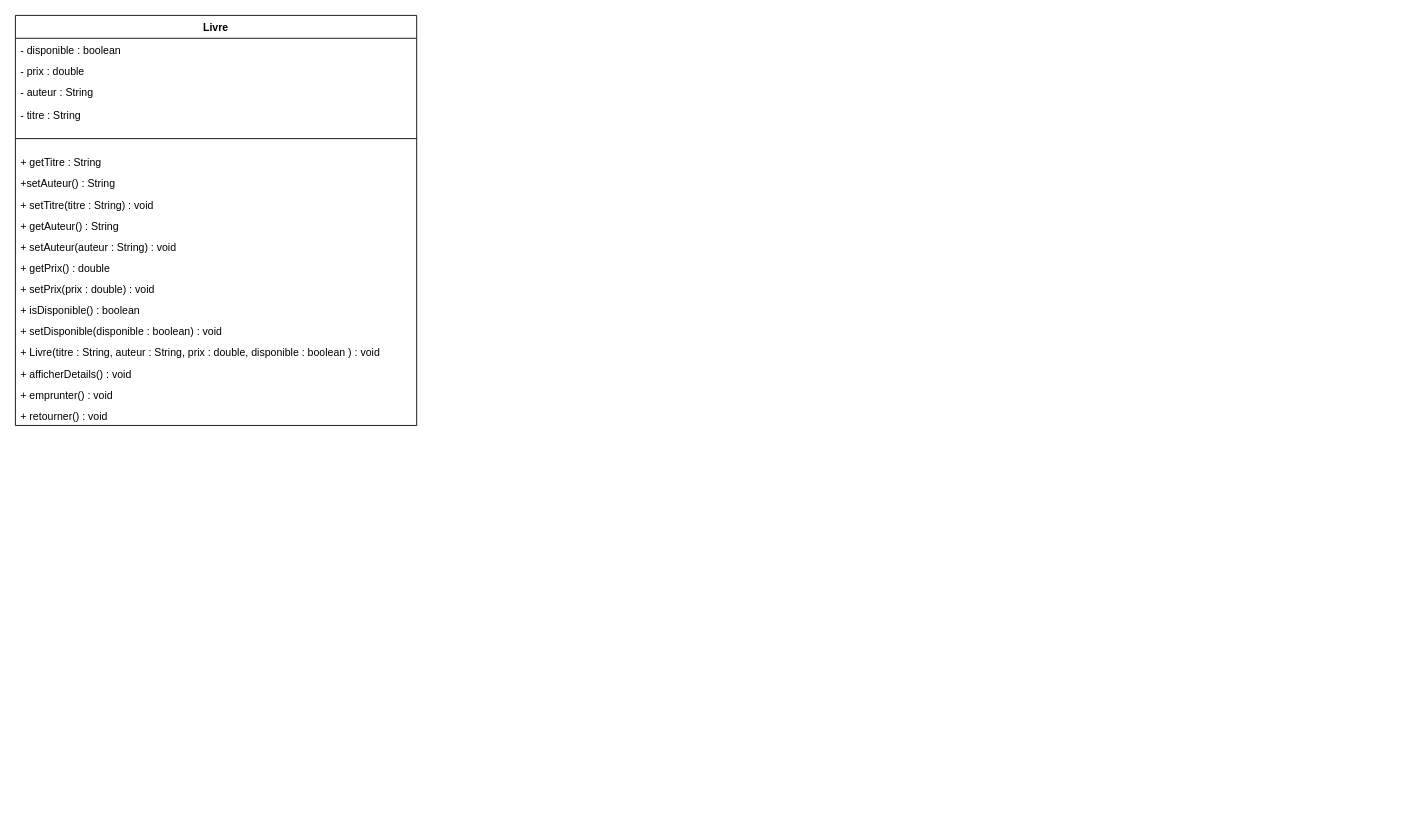
Above: Diagramme sans nom.drawio in Milleboy2007/Cour_Prog (draw.io), before the change. Source tidied: cells renumbered, new cells numbered last; positions are measured from the earlier drawing's top-left corner, leaving out a move shared by most shapes. Both pictures are drawn from the tidied source at 88%, with x=0, y=0 at pixel (15, 15).
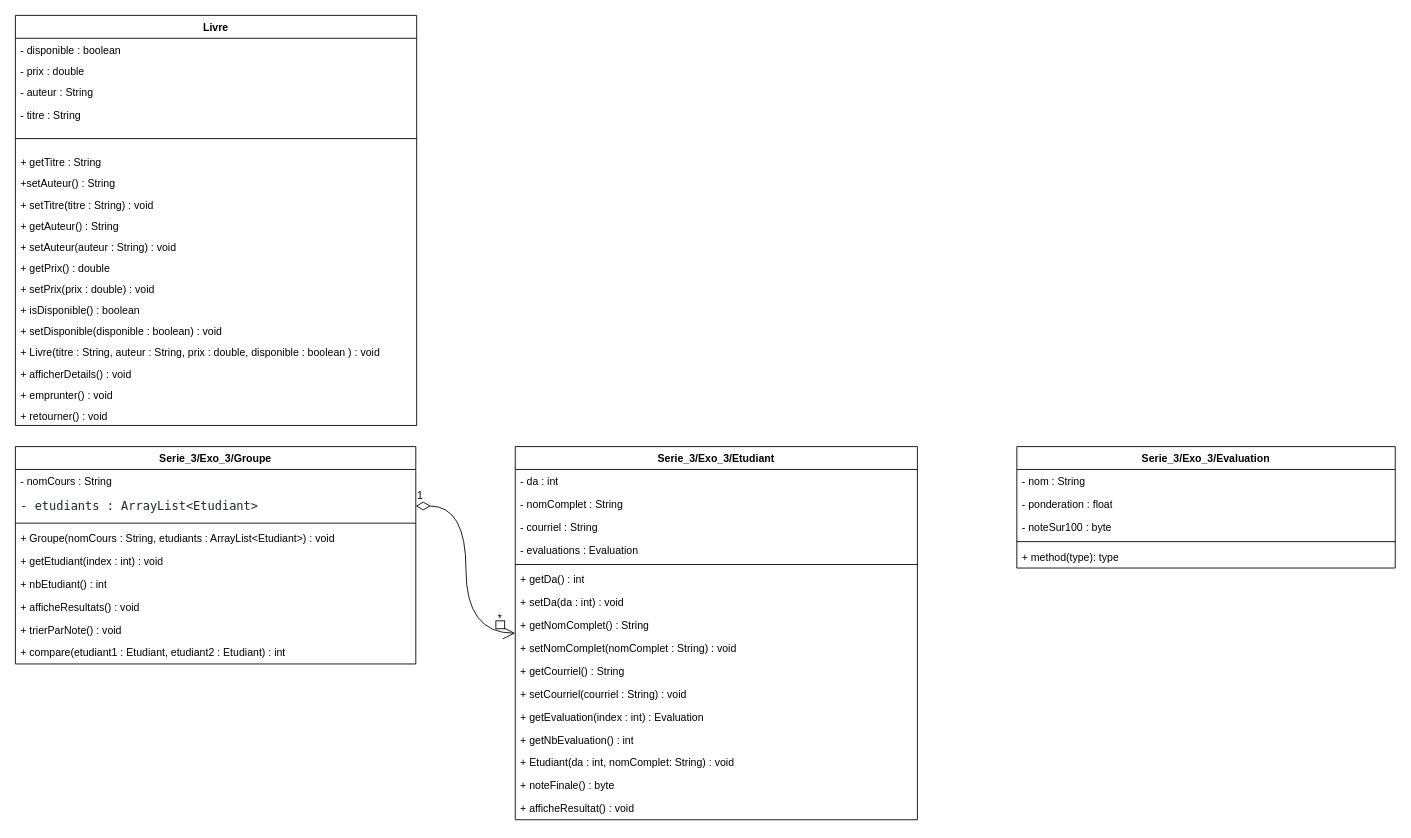
The same page after the edit.

Commit message:
Mettre à jour Diagramme sans nom.drawio

Diff of the diagram source:
```diff
@@
+    <mxCell id="21" value="Serie_3/&lt;span style=&quot;background-color: transparent; color: light-dark(rgb(0, 0, 0), rgb(255, 255, 255));&quot;&gt;Exo_3/Groupe&lt;/span&gt;" style="swimlane;fontStyle=1;align=center;verticalAlign=top;horizontal=1;startSize=26;whiteSpace=wrap;html=1;" parent="1" vertex="1">
+      <mxGeometry y="490" width="455" height="247" as="geometry" />
+    </mxCell>
+    <mxCell id="22" value="- nomCours : String" style="text;strokeColor=none;fillColor=none;align=left;verticalAlign=top;spacingLeft=4;spacingRight=4;overflow=hidden;whiteSpace=wrap;html=1;" parent="21" vertex="1">
+      <mxGeometry y="26" width="455" height="26" as="geometry" />
+    </mxCell>
+    <mxCell id="23" value="&lt;pre style=&quot;box-sizing: border-box; font-family: var(--fontStack-monospace, ui-monospace, SFMono-Regular, SF Mono, Menlo, Consolas, Liberation Mono, monospace); font-size: 13.6px; margin-top: 0px; margin-bottom: 0px; overflow-wrap: normal; padding: var(--base-size-16); overflow: auto; line-height: 1.45; color: rgb(31, 35, 40); background-color: var(--bgColor-muted, var(--color-canvas-subtle)); border-radius: 6px; word-break: normal; min-height: 52px; font-style: normal; font-variant-ligatures: normal; font-variant-caps: normal; font-weight: 400; letter-spacing: normal; orphans: 2; text-align: start; text-indent: 0px; text-transform: none; widows: 2; word-spacing: 0px; -webkit-text-stroke-width: 0px; text-decoration-thickness: initial; text-decoration-style: initial; text-decoration-color: initial;&quot;&gt;&lt;span style=&quot;box-sizing: border-box; color: var(--color-prettylights-syntax-storage-modifier-import);&quot; class=&quot;pl-smi&quot;&gt;- &lt;/span&gt;&lt;span style=&quot;box-sizing: border-box;&quot; class=&quot;pl-s1&quot;&gt;etudiants : &lt;/span&gt;ArrayList&lt;span style=&quot;background-color: var(--bgColor-muted, var(--color-canvas-subtle)); color: light-dark(rgb(31, 35, 40), rgb(205, 208, 212)); font-family: var(--fontStack-monospace, ui-monospace, SFMono-Regular, SF Mono, Menlo, Consolas, Liberation Mono, monospace); font-size: 13.6px; white-space: normal;&quot;&gt;&amp;lt;&lt;/span&gt;&lt;span style=&quot;background-color: var(--bgColor-muted, var(--color-canvas-subtle)); color: var(--color-prettylights-syntax-storage-modifier-import); font-family: var(--fontStack-monospace, ui-monospace, SFMono-Regular, SF Mono, Menlo, Consolas, Liberation Mono, monospace); font-size: 13.6px; white-space: normal; box-sizing: border-box;&quot; class=&quot;pl-smi&quot;&gt;Etudiant&lt;/span&gt;&lt;span style=&quot;background-color: var(--bgColor-muted, var(--color-canvas-subtle)); color: light-dark(rgb(31, 35, 40), rgb(205, 208, 212)); font-family: var(--fontStack-monospace, ui-monospace, SFMono-Regular, SF Mono, Menlo, Consolas, Liberation Mono, monospace); font-size: 13.6px; white-space: normal;&quot;&gt;&amp;gt;&lt;/span&gt;&lt;/pre&gt;&lt;div&gt;&lt;br&gt;&lt;/div&gt;" style="text;strokeColor=none;fillColor=none;align=left;verticalAlign=top;spacingLeft=4;spacingRight=4;overflow=hidden;points=[[0,0.5],[1,0.5]];portConstraint=eastwest;whiteSpace=wrap;html=1;" parent="21" vertex="1">
+      <mxGeometry y="52" width="455" height="31" as="geometry" />
+    </mxCell>
+    <mxCell id="24" style="line;strokeWidth=1;fillColor=none;align=left;verticalAlign=middle;spacingTop=-1;spacingLeft=3;spacingRight=3;labelPosition=right;strokeColor=inherit;" parent="21" vertex="1">
+      <mxGeometry y="83" width="455" height="8" as="geometry" />
+    </mxCell>
+    <mxCell id="25" value="+ Groupe(nomCours : String, etudiants : ArrayList&amp;lt;Etudiant&amp;gt;) : void" style="text;strokeColor=none;fillColor=none;align=left;verticalAlign=top;spacingLeft=4;spacingRight=4;overflow=hidden;whiteSpace=wrap;html=1;" parent="21" vertex="1">
+      <mxGeometry y="91" width="455" height="26" as="geometry" />
+    </mxCell>
+    <mxCell id="26" value="+ getEtudiant(index : int) : void" style="text;strokeColor=none;fillColor=none;align=left;verticalAlign=top;spacingLeft=4;spacingRight=4;overflow=hidden;whiteSpace=wrap;html=1;" parent="21" vertex="1">
+      <mxGeometry y="117" width="455" height="26" as="geometry" />
+    </mxCell>
+    <mxCell id="27" value="+ nbEtudiant() : int" style="text;strokeColor=none;fillColor=none;align=left;verticalAlign=top;spacingLeft=4;spacingRight=4;overflow=hidden;whiteSpace=wrap;html=1;" parent="21" vertex="1">
+      <mxGeometry y="143" width="455" height="26" as="geometry" />
+    </mxCell>
+    <mxCell id="28" value="+ afficheResultats() : void" style="text;strokeColor=none;fillColor=none;align=left;verticalAlign=top;spacingLeft=4;spacingRight=4;overflow=hidden;whiteSpace=wrap;html=1;" parent="21" vertex="1">
+      <mxGeometry y="169" width="455" height="26" as="geometry" />
+    </mxCell>
+    <mxCell id="29" value="+ trierParNote() : void" style="text;strokeColor=none;fillColor=none;align=left;verticalAlign=top;spacingLeft=4;spacingRight=4;overflow=hidden;whiteSpace=wrap;html=1;" parent="21" vertex="1">
+      <mxGeometry y="195" width="455" height="26" as="geometry" />
+    </mxCell>
+    <mxCell id="30" value="+ compare(etudiant1 : Etudiant, etudiant2 : Etudiant) : int" style="text;strokeColor=none;fillColor=none;align=left;verticalAlign=top;spacingLeft=4;spacingRight=4;overflow=hidden;whiteSpace=wrap;html=1;" parent="21" vertex="1">
+      <mxGeometry y="221" width="455" height="26" as="geometry" />
+    </mxCell>
+    <mxCell id="31" value="Serie_3/Exo_3/Etudiant" style="swimlane;fontStyle=1;align=center;verticalAlign=top;horizontal=1;startSize=26;whiteSpace=wrap;html=1;" parent="1" vertex="1">
+      <mxGeometry x="568" y="490" width="457" height="424" as="geometry" />
+    </mxCell>
+    <mxCell id="32" value="- da : int" style="text;strokeColor=none;fillColor=none;align=left;verticalAlign=top;spacingLeft=4;spacingRight=4;overflow=hidden;whiteSpace=wrap;html=1;" parent="31" vertex="1">
+      <mxGeometry y="26" width="457" height="26" as="geometry" />
+    </mxCell>
+    <mxCell id="33" value="- nomComplet : String" style="text;strokeColor=none;fillColor=none;align=left;verticalAlign=top;spacingLeft=4;spacingRight=4;overflow=hidden;whiteSpace=wrap;html=1;" parent="31" vertex="1">
+      <mxGeometry y="52" width="457" height="26" as="geometry" />
+    </mxCell>
+    <mxCell id="34" value="- courriel : String" style="text;strokeColor=none;fillColor=none;align=left;verticalAlign=top;spacingLeft=4;spacingRight=4;overflow=hidden;whiteSpace=wrap;html=1;" parent="31" vertex="1">
+      <mxGeometry y="78" width="457" height="26" as="geometry" />
+    </mxCell>
+    <mxCell id="35" value="- evaluations : Evaluation" style="text;strokeColor=none;fillColor=none;align=left;verticalAlign=top;spacingLeft=4;spacingRight=4;overflow=hidden;whiteSpace=wrap;html=1;" parent="31" vertex="1">
+      <mxGeometry y="104" width="457" height="26" as="geometry" />
+    </mxCell>
+    <mxCell id="36" style="line;strokeWidth=1;fillColor=none;align=left;verticalAlign=middle;spacingTop=-1;spacingLeft=3;spacingRight=3;labelPosition=right;strokeColor=inherit;" parent="31" vertex="1">
+      <mxGeometry y="130" width="457" height="8" as="geometry" />
+    </mxCell>
+    <mxCell id="37" value="+ getDa() : int" style="text;strokeColor=none;fillColor=none;align=left;verticalAlign=top;spacingLeft=4;spacingRight=4;overflow=hidden;whiteSpace=wrap;html=1;" parent="31" vertex="1">
+      <mxGeometry y="138" width="457" height="26" as="geometry" />
+    </mxCell>
+    <mxCell id="38" value="+ setDa(da : int) : void" style="text;strokeColor=none;fillColor=none;align=left;verticalAlign=top;spacingLeft=4;spacingRight=4;overflow=hidden;whiteSpace=wrap;html=1;" parent="31" vertex="1">
+      <mxGeometry y="164" width="457" height="26" as="geometry" />
+    </mxCell>
+    <mxCell id="39" value="+ getNomComplet() : String" style="text;strokeColor=none;fillColor=none;align=left;verticalAlign=top;spacingLeft=4;spacingRight=4;overflow=hidden;whiteSpace=wrap;html=1;" parent="31" vertex="1">
+      <mxGeometry y="190" width="457" height="26" as="geometry" />
+    </mxCell>
+    <mxCell id="40" value="+ setNomComplet(nomComplet : String) : void" style="text;strokeColor=none;fillColor=none;align=left;verticalAlign=top;spacingLeft=4;spacingRight=4;overflow=hidden;whiteSpace=wrap;html=1;" parent="31" vertex="1">
+      <mxGeometry y="216" width="457" height="26" as="geometry" />
+    </mxCell>
+    <mxCell id="41" value="+ getCourriel() : String" style="text;strokeColor=none;fillColor=none;align=left;verticalAlign=top;spacingLeft=4;spacingRight=4;overflow=hidden;whiteSpace=wrap;html=1;" parent="31" vertex="1">
+      <mxGeometry y="242" width="457" height="26" as="geometry" />
+    </mxCell>
+    <mxCell id="42" value="+ setCourriel(courriel : String) : void" style="text;strokeColor=none;fillColor=none;align=left;verticalAlign=top;spacingLeft=4;spacingRight=4;overflow=hidden;whiteSpace=wrap;html=1;" parent="31" vertex="1">
+      <mxGeometry y="268" width="457" height="26" as="geometry" />
+    </mxCell>
+    <mxCell id="43" value="+ getEvaluation(index : int) : Evaluation" style="text;strokeColor=none;fillColor=none;align=left;verticalAlign=top;spacingLeft=4;spacingRight=4;overflow=hidden;whiteSpace=wrap;html=1;" parent="31" vertex="1">
+      <mxGeometry y="294" width="457" height="26" as="geometry" />
+    </mxCell>
+    <mxCell id="44" value="+ getNbEvaluation() : int" style="text;strokeColor=none;fillColor=none;align=left;verticalAlign=top;spacingLeft=4;spacingRight=4;overflow=hidden;whiteSpace=wrap;html=1;" parent="31" vertex="1">
+      <mxGeometry y="320" width="457" height="26" as="geometry" />
+    </mxCell>
+    <mxCell id="45" value="+ Etudiant(da : int, nomComplet: String) : void" style="text;strokeColor=none;fillColor=none;align=left;verticalAlign=top;spacingLeft=4;spacingRight=4;overflow=hidden;whiteSpace=wrap;html=1;" parent="31" vertex="1">
+      <mxGeometry y="346" width="457" height="26" as="geometry" />
+    </mxCell>
+    <mxCell id="46" value="+ noteFinale() : byte" style="text;strokeColor=none;fillColor=none;align=left;verticalAlign=top;spacingLeft=4;spacingRight=4;overflow=hidden;whiteSpace=wrap;html=1;" parent="31" vertex="1">
+      <mxGeometry y="372" width="457" height="26" as="geometry" />
+    </mxCell>
+    <mxCell id="47" value="+ afficheResultat() : void" style="text;strokeColor=none;fillColor=none;align=left;verticalAlign=top;spacingLeft=4;spacingRight=4;overflow=hidden;whiteSpace=wrap;html=1;" parent="31" vertex="1">
+      <mxGeometry y="398" width="457" height="26" as="geometry" />
+    </mxCell>
+    <mxCell id="48" value="Serie_3/Exo_3/Evaluation" style="swimlane;fontStyle=1;align=center;verticalAlign=top;horizontal=1;startSize=26;whiteSpace=wrap;html=1;" parent="1" vertex="1">
+      <mxGeometry x="1138" y="490" width="430" height="138" as="geometry" />
+    </mxCell>
+    <mxCell id="49" value="- nom : String" style="text;strokeColor=none;fillColor=none;align=left;verticalAlign=top;spacingLeft=4;spacingRight=4;overflow=hidden;whiteSpace=wrap;html=1;" parent="48" vertex="1">
+      <mxGeometry y="26" width="430" height="26" as="geometry" />
+    </mxCell>
+    <mxCell id="50" value="- ponderation : float" style="text;strokeColor=none;fillColor=none;align=left;verticalAlign=top;spacingLeft=4;spacingRight=4;overflow=hidden;whiteSpace=wrap;html=1;" parent="48" vertex="1">
+      <mxGeometry y="52" width="430" height="26" as="geometry" />
+    </mxCell>
+    <mxCell id="51" value="- noteSur100 : byte" style="text;strokeColor=none;fillColor=none;align=left;verticalAlign=top;spacingLeft=4;spacingRight=4;overflow=hidden;whiteSpace=wrap;html=1;" parent="48" vertex="1">
+      <mxGeometry y="78" width="430" height="26" as="geometry" />
+    </mxCell>
+    <mxCell id="52" style="line;strokeWidth=1;fillColor=none;align=left;verticalAlign=middle;spacingTop=-1;spacingLeft=3;spacingRight=3;labelPosition=right;strokeColor=inherit;" parent="48" vertex="1">
+      <mxGeometry y="104" width="430" height="8" as="geometry" />
+    </mxCell>
+    <mxCell id="53" value="+ method(type): type" style="text;strokeColor=none;fillColor=none;align=left;verticalAlign=top;spacingLeft=4;spacingRight=4;overflow=hidden;whiteSpace=wrap;html=1;" parent="48" vertex="1">
+      <mxGeometry y="112" width="430" height="26" as="geometry" />
+    </mxCell>
+    <mxCell id="54" value="1" style="endArrow=open;html=1;endSize=12;startArrow=diamondThin;startSize=14;startFill=0;edgeStyle=orthogonalEdgeStyle;align=left;verticalAlign=bottom;rounded=0;fontSize=12;curved=1;exitX=1;exitY=0.5;exitDx=0;exitDy=0;" parent="1" edge="1" source="23" target="31">
+      <mxGeometry x="-1" y="3" relative="1" as="geometry">
+        <Array as="points">
+          <mxPoint x="512" y="558" />
+          <mxPoint x="512" y="702" />
+        </Array>
+      </mxGeometry>
+    </mxCell>
+    <mxCell id="55" value="*&lt;div&gt;&lt;br&gt;&lt;/div&gt;" style="html=1;whiteSpace=wrap;" parent="1" vertex="1">
+      <mxGeometry x="546" y="688" width="10" height="9" as="geometry" />
+    </mxCell>
```
